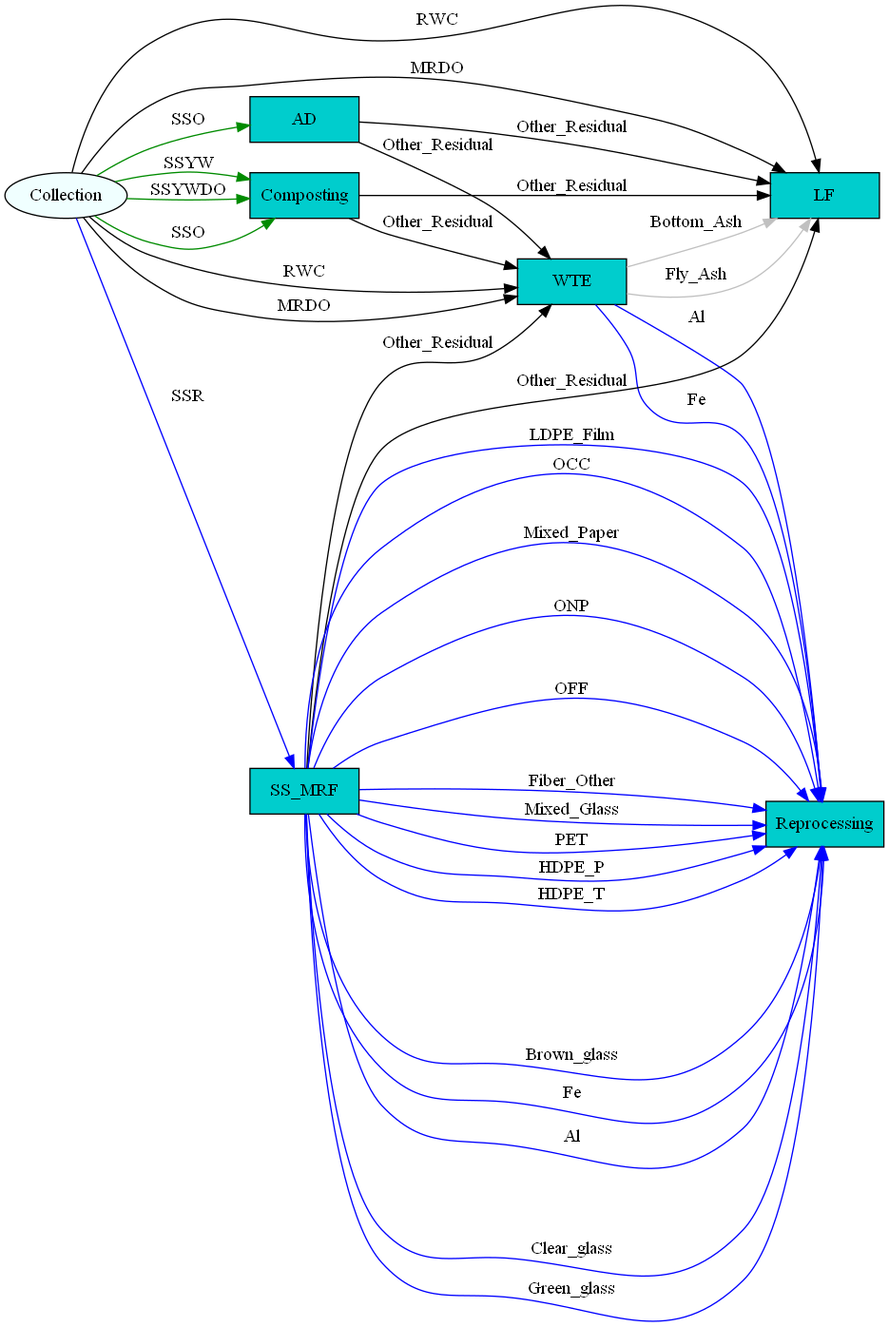
Above: Optimization/SWM_network_optimization.gv.png in SwolfPy-Project/CaseStudy-JIE2021 (Graphviz), before the change. Its source is kept beside it as Optimization/SWM_network_optimization.gv.
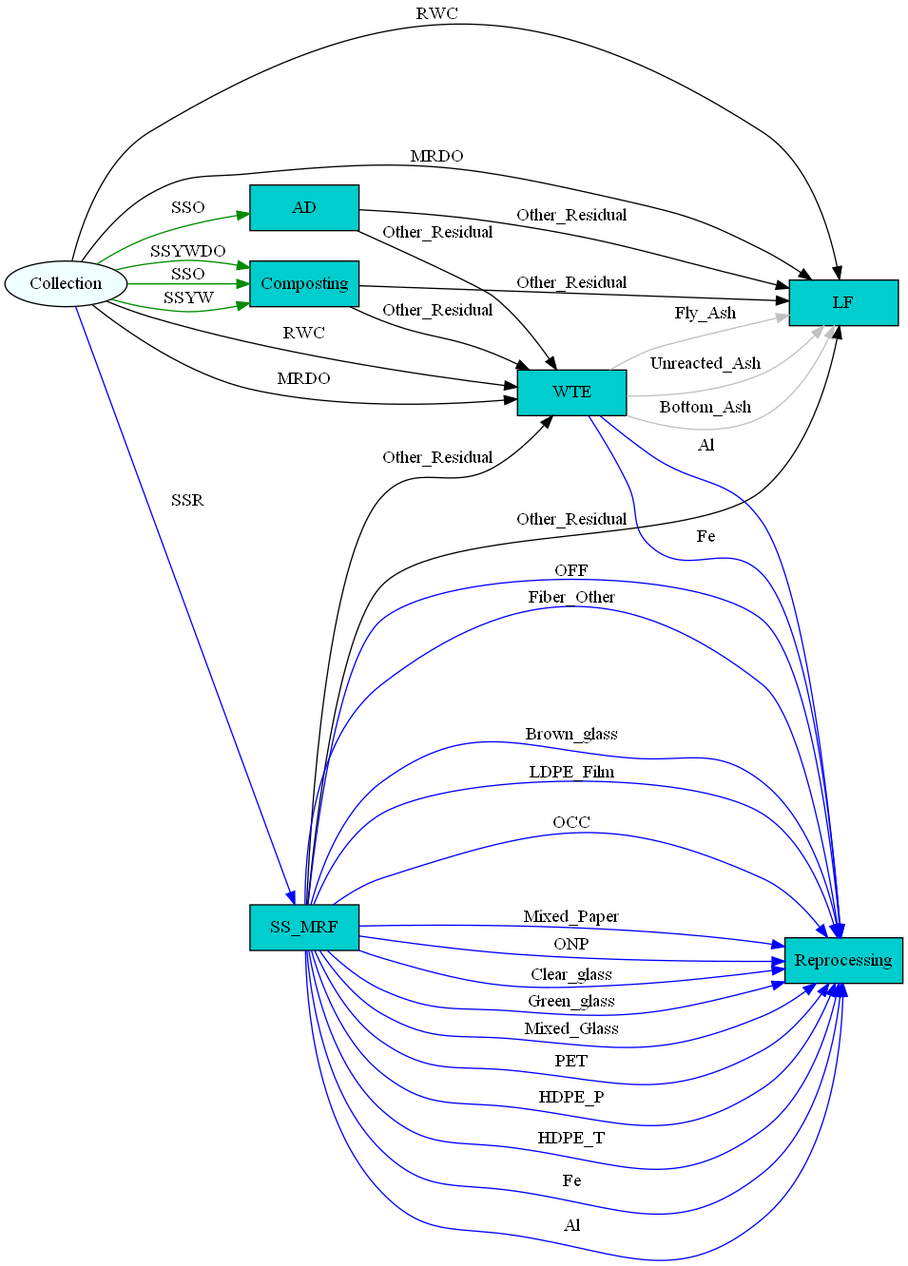
Later version of the same file.

Diff of the diagram source:
```diff
@@ -21,6 +21,7 @@
 	Collection -> WTE [label=MRDO color=black]
 	WTE -> LF [label=Bottom_Ash color=gray]
 	WTE -> LF [label=Fly_Ash color=gray]
+	WTE -> LF [label=Unreacted_Ash color=gray]
 	WTE -> Reprocessing [label=Al color=blue]
 	WTE -> Reprocessing [label=Fe color=blue]
 	SS_MRF -> Reprocessing [label=LDPE_Film color=blue]
```
